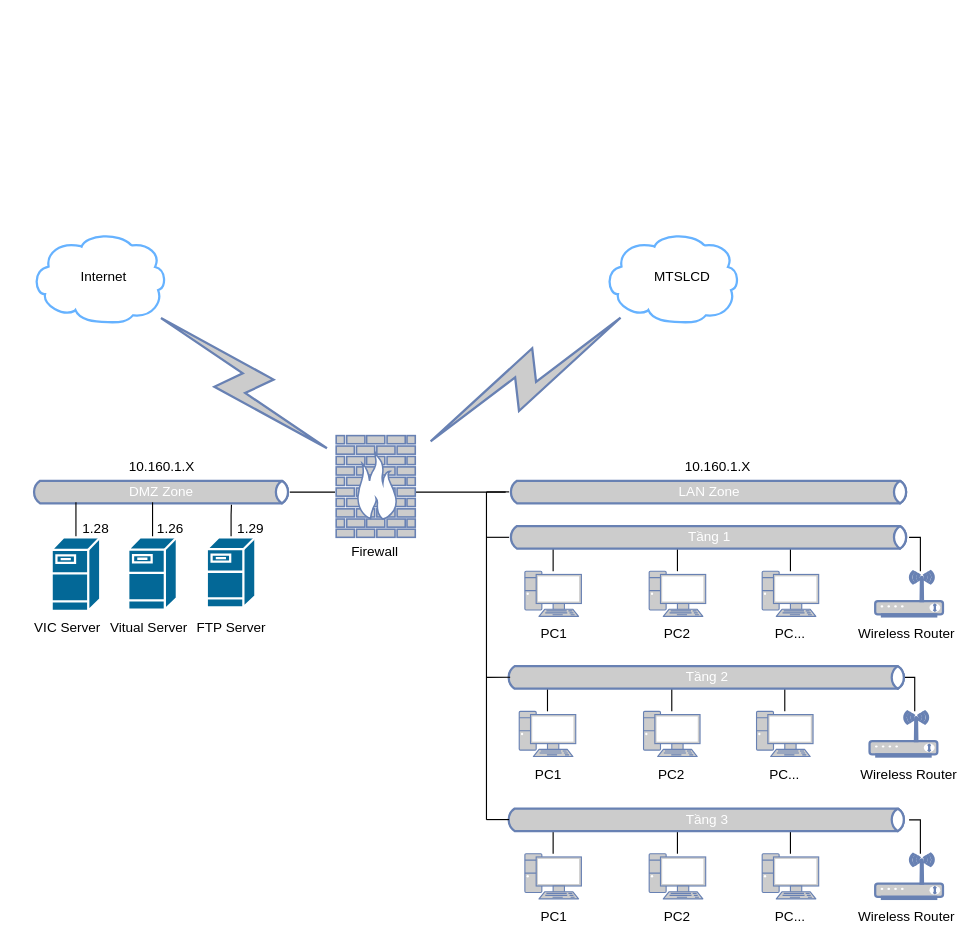
pnptai94/giaydiduongbluezone keeps this draw.io diagram as sodonguyenlymanglan.drawio. Above is the earlier version. Source tidied: cells renumbered, new cells numbered last; positions are measured from the earlier drawing's top-left corner, leaving out a move shared by most shapes. Both pictures are drawn from the tidied source at 113%, with x=0, y=0 at pixel (21, 232).
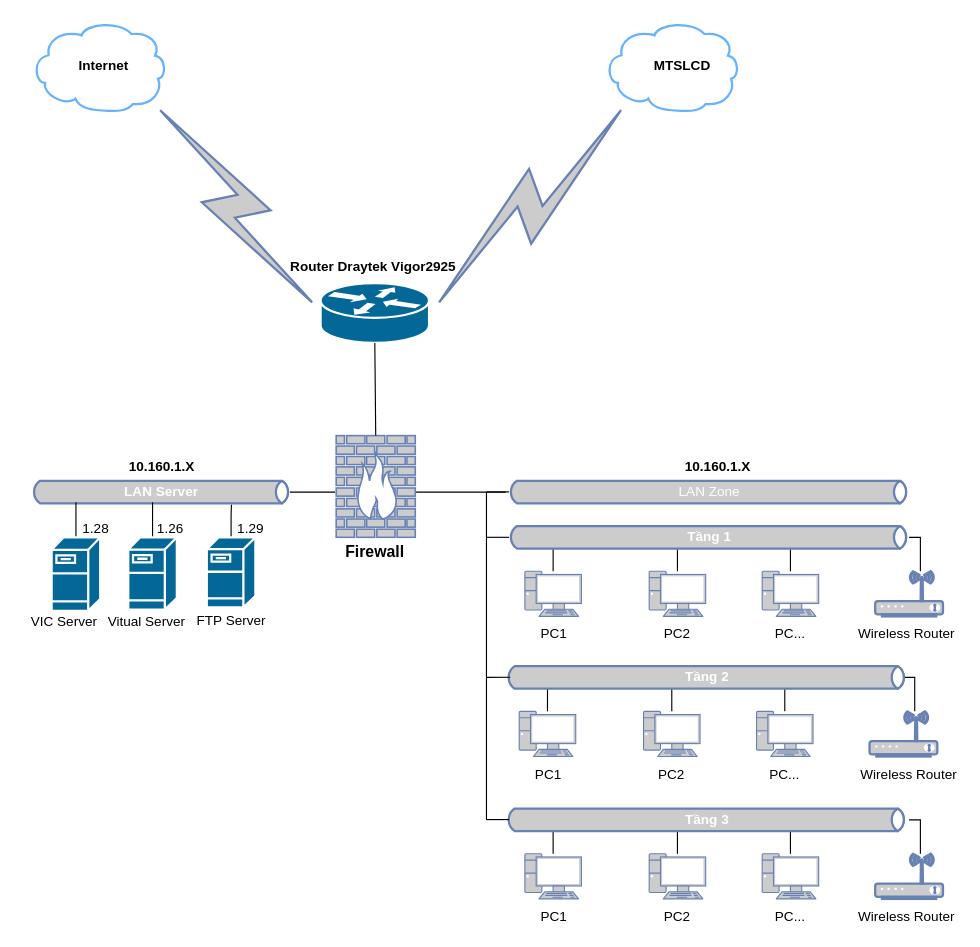
Above is the later version.

The change refers to these unchanged cells:
```xml
<mxCell id="53" style="fontColor=#0066CC;verticalAlign=top;verticalLabelPosition=bottom;labelPosition=center;align=center;html=1;outlineConnect=0;fillColor=#CCCCCC;strokeColor=#6881B3;gradientColor=none;gradientDirection=north;strokeWidth=2;shape=mxgraph.networks.firewall;" parent="1" vertex="1">
  <mxGeometry x="278" y="180" width="70" height="90" as="geometry" />
</mxCell>
```

Change to the diagram source:
```diff
@@
-    <mxCell id="3" value="DMZ Zone" style="html=1;outlineConnect=0;fillColor=#CCCCCC;strokeColor=#6881B3;gradientColor=none;gradientDirection=north;strokeWidth=2;shape=mxgraph.networks.bus;gradientColor=none;gradientDirection=north;fontColor=#ffffff;perimeter=backbonePerimeter;backboneSize=20;" parent="1" vertex="1">
+    <mxCell id="3" value="&lt;b&gt;LAN Server&lt;/b&gt;" style="html=1;outlineConnect=0;fillColor=#CCCCCC;strokeColor=#6881B3;gradientColor=none;gradientDirection=north;strokeWidth=2;shape=mxgraph.networks.bus;gradientColor=none;gradientDirection=north;fontColor=#ffffff;perimeter=backbonePerimeter;backboneSize=20;" parent="1" vertex="1">
       <mxGeometry x="8" y="220" width="230" height="20" as="geometry" />
     </mxCell>
@@
-    <mxCell id="16" value="Tầng 1" style="html=1;outlineConnect=0;fillColor=#CCCCCC;strokeColor=#6881B3;gradientColor=none;gradientDirection=north;strokeWidth=2;shape=mxgraph.networks.bus;gradientColor=none;gradientDirection=north;fontColor=#ffffff;perimeter=backbonePerimeter;backboneSize=20;" parent="1" vertex="1">
+    <mxCell id="16" value="&lt;b&gt;Tầng 1&lt;/b&gt;" style="html=1;outlineConnect=0;fillColor=#CCCCCC;strokeColor=#6881B3;gradientColor=none;gradientDirection=north;strokeWidth=2;shape=mxgraph.networks.bus;gradientColor=none;gradientDirection=north;fontColor=#ffffff;perimeter=backbonePerimeter;backboneSize=20;" parent="1" vertex="1">
       <mxGeometry x="430" y="260" width="355" height="20" as="geometry" />
     </mxCell>
@@
-    <mxCell id="29" value="Tầng 2" style="html=1;outlineConnect=0;fillColor=#CCCCCC;strokeColor=#6881B3;gradientColor=none;gradientDirection=north;strokeWidth=2;shape=mxgraph.networks.bus;gradientColor=none;gradientDirection=north;fontColor=#ffffff;perimeter=backbonePerimeter;backboneSize=20;" parent="1" vertex="1">
+    <mxCell id="29" value="&lt;b&gt;Tầng 2&lt;/b&gt;" style="html=1;outlineConnect=0;fillColor=#CCCCCC;strokeColor=#6881B3;gradientColor=none;gradientDirection=north;strokeWidth=2;shape=mxgraph.networks.bus;gradientColor=none;gradientDirection=north;fontColor=#ffffff;perimeter=backbonePerimeter;backboneSize=20;" parent="1" vertex="1">
       <mxGeometry x="428" y="384" width="355" height="20" as="geometry" />
     </mxCell>
@@
-    <mxCell id="42" value="Tầng 3" style="html=1;outlineConnect=0;fillColor=#CCCCCC;strokeColor=#6881B3;gradientColor=none;gradientDirection=north;strokeWidth=2;shape=mxgraph.networks.bus;gradientColor=none;gradientDirection=north;fontColor=#ffffff;perimeter=backbonePerimeter;backboneSize=20;" parent="1" vertex="1">
+    <mxCell id="42" value="&lt;b&gt;Tầng 3&lt;/b&gt;" style="html=1;outlineConnect=0;fillColor=#CCCCCC;strokeColor=#6881B3;gradientColor=none;gradientDirection=north;strokeWidth=2;shape=mxgraph.networks.bus;gradientColor=none;gradientDirection=north;fontColor=#ffffff;perimeter=backbonePerimeter;backboneSize=20;" parent="1" vertex="1">
       <mxGeometry x="428" y="510" width="355" height="20" as="geometry" />
     </mxCell>
@@
     <mxCell id="50" value="Vitual Server" style="text;html=1;strokeColor=none;fillColor=none;align=center;verticalAlign=middle;whiteSpace=wrap;rounded=0;" parent="1" vertex="1">
-      <mxGeometry x="73.2" y="340" width="78.5" height="20" as="geometry" />
+      <mxGeometry x="71" y="335" width="78.5" height="20" as="geometry" />
     </mxCell>
@@
     <mxCell id="54" style="shape=mxgraph.cisco.storage.cloud;sketch=0;html=1;dashed=0;fillColor=none;strokeColor=#66B2FF;strokeWidth=2;verticalLabelPosition=bottom;verticalAlign=top;align=center;outlineConnect=0;" parent="1" vertex="1">
-      <mxGeometry x="8" width="120" height="80" as="geometry" />
+      <mxGeometry x="8" y="-187" width="120" height="80" as="geometry" />
     </mxCell>
     <mxCell id="55" style="shape=mxgraph.cisco.storage.cloud;sketch=0;html=1;dashed=0;fillColor=none;strokeColor=#66B2FF;strokeWidth=2;verticalLabelPosition=bottom;verticalAlign=top;align=center;outlineConnect=0;" parent="1" vertex="1">
-      <mxGeometry x="515" width="120" height="80" as="geometry" />
+      <mxGeometry x="515" y="-187" width="120" height="80" as="geometry" />
     </mxCell>
-    <mxCell id="56" value="Internet" style="text;html=1;strokeColor=none;fillColor=none;align=center;verticalAlign=middle;whiteSpace=wrap;rounded=0;" parent="1" vertex="1">
-      <mxGeometry x="32.5" y="30" width="78.5" height="20" as="geometry" />
+    <mxCell id="56" value="&lt;b&gt;Internet&lt;/b&gt;" style="text;html=1;strokeColor=none;fillColor=none;align=center;verticalAlign=middle;whiteSpace=wrap;rounded=0;" parent="1" vertex="1">
+      <mxGeometry x="32.5" y="-157" width="78.5" height="20" as="geometry" />
     </mxCell>
-    <mxCell id="57" value="MTSLCD" style="text;html=1;strokeColor=none;fillColor=none;align=center;verticalAlign=middle;whiteSpace=wrap;rounded=0;" parent="1" vertex="1">
-      <mxGeometry x="545" y="30" width="78.5" height="20" as="geometry" />
+    <mxCell id="57" value="&lt;b&gt;MTSLCD&lt;/b&gt;" style="text;html=1;strokeColor=none;fillColor=none;align=center;verticalAlign=middle;whiteSpace=wrap;rounded=0;" parent="1" vertex="1">
+      <mxGeometry x="545" y="-157" width="78.5" height="20" as="geometry" />
     </mxCell>
-    <mxCell id="58" value="Firewall" style="text;html=1;strokeColor=none;fillColor=none;align=center;verticalAlign=middle;whiteSpace=wrap;rounded=0;" parent="1" vertex="1">
+    <mxCell id="58" value="&lt;b&gt;&lt;font style=&quot;font-size: 14px&quot;&gt;Firewall&lt;/font&gt;&lt;/b&gt;" style="text;html=1;strokeColor=none;fillColor=none;align=center;verticalAlign=middle;whiteSpace=wrap;rounded=0;" parent="1" vertex="1">
       <mxGeometry x="273" y="273" width="78.5" height="20" as="geometry" />
     </mxCell>
-    <mxCell id="59" style="html=1;outlineConnect=0;fillColor=#CCCCCC;strokeColor=#6881B3;gradientColor=none;gradientDirection=north;strokeWidth=2;shape=mxgraph.networks.comm_link_edge;html=1;rounded=0;endArrow=none;endFill=0;entryX=0.2;entryY=0.87;entryDx=0;entryDy=0;entryPerimeter=0;exitX=1.061;exitY=0.125;exitDx=0;exitDy=0;exitPerimeter=0;" parent="1" edge="1" source="53" target="55">
+    <mxCell id="59" style="html=1;outlineConnect=0;fillColor=#CCCCCC;strokeColor=#6881B3;gradientColor=none;gradientDirection=north;strokeWidth=2;shape=mxgraph.networks.comm_link_edge;html=1;rounded=0;endArrow=none;endFill=0;entryX=0.2;entryY=0.87;entryDx=0;entryDy=0;entryPerimeter=0;exitX=1;exitY=0.5;exitDx=0;exitDy=0;exitPerimeter=0;" parent="1" edge="1" source="72" target="55">
       <mxGeometry relative="1" as="geometry" />
     </mxCell>
-    <mxCell id="60" style="html=1;outlineConnect=0;fillColor=#CCCCCC;strokeColor=#6881B3;gradientColor=none;gradientDirection=north;strokeWidth=2;shape=mxgraph.networks.comm_link_edge;html=1;rounded=0;endArrow=none;endFill=0;entryX=0.89;entryY=0.87;entryDx=0;entryDy=0;entryPerimeter=0;" parent="1" edge="1" source="53" target="54">
+    <mxCell id="60" style="html=1;outlineConnect=0;fillColor=#CCCCCC;strokeColor=#6881B3;gradientColor=none;gradientDirection=north;strokeWidth=2;shape=mxgraph.networks.comm_link_edge;html=1;rounded=0;endArrow=none;endFill=0;entryX=0.89;entryY=0.87;entryDx=0;entryDy=0;entryPerimeter=0;exitX=0;exitY=0.5;exitDx=0;exitDy=0;exitPerimeter=0;" parent="1" edge="1" source="72" target="54">
       <mxGeometry relative="1" as="geometry" />
     </mxCell>
-    <mxCell id="61" value="10.160.1.X" style="text;html=1;strokeColor=none;fillColor=none;align=center;verticalAlign=middle;whiteSpace=wrap;rounded=0;" parent="1" vertex="1">
+    <mxCell id="61" value="&lt;b&gt;10.160.1.X&lt;/b&gt;" style="text;html=1;strokeColor=none;fillColor=none;align=center;verticalAlign=middle;whiteSpace=wrap;rounded=0;" parent="1" vertex="1">
       <mxGeometry x="586" y="198" width="60" height="20" as="geometry" />
     </mxCell>
-    <mxCell id="62" value="10.160.1.X" style="text;html=1;strokeColor=none;fillColor=none;align=center;verticalAlign=middle;whiteSpace=wrap;rounded=0;" parent="1" vertex="1">
+    <mxCell id="62" value="&lt;b&gt;10.160.1.X&lt;/b&gt;" style="text;html=1;strokeColor=none;fillColor=none;align=center;verticalAlign=middle;whiteSpace=wrap;rounded=0;" parent="1" vertex="1">
       <mxGeometry x="93.5" y="198" width="60" height="20" as="geometry" />
     </mxCell>
@@
     <mxCell id="65" value="FTP Server" style="text;html=1;strokeColor=none;fillColor=none;align=center;verticalAlign=middle;whiteSpace=wrap;rounded=0;" parent="1" vertex="1">
-      <mxGeometry x="145.8" y="340" width="78.5" height="20" as="geometry" />
+      <mxGeometry x="145.8" y="334" width="78.5" height="20" as="geometry" />
     </mxCell>
@@
     <mxCell id="68" value="VIC Server" style="text;html=1;strokeColor=none;fillColor=none;align=center;verticalAlign=middle;whiteSpace=wrap;rounded=0;" parent="1" vertex="1">
-      <mxGeometry x="0.5" y="340" width="78.5" height="20" as="geometry" />
+      <mxGeometry x="-2" y="335" width="78.5" height="20" as="geometry" />
     </mxCell>
@@
+    <mxCell id="72" style="shape=mxgraph.cisco.routers.router;sketch=0;html=1;dashed=0;fillColor=#036897;strokeColor=#ffffff;strokeWidth=2;verticalLabelPosition=bottom;verticalAlign=top;align=center;outlineConnect=0;" parent="1" vertex="1">
+      <mxGeometry x="264.2" y="45" width="96" height="53" as="geometry" />
+    </mxCell>
+    <mxCell id="73" style="endArrow=none;html=1;rounded=0;entryX=0.5;entryY=1;entryDx=0;entryDy=0;entryPerimeter=0;exitX=0.5;exitY=0;exitDx=0;exitDy=0;exitPerimeter=0;" parent="1" edge="1" source="53" target="72">
+      <mxGeometry relative="1" as="geometry" />
+    </mxCell>
+    <mxCell id="74" value="&lt;b&gt;Router Draytek Vigor2925&lt;/b&gt;" style="text;html=1;strokeColor=none;fillColor=none;align=center;verticalAlign=middle;whiteSpace=wrap;rounded=0;" parent="1" vertex="1">
+      <mxGeometry x="236" y="21" width="150" height="20" as="geometry" />
+    </mxCell>
```
